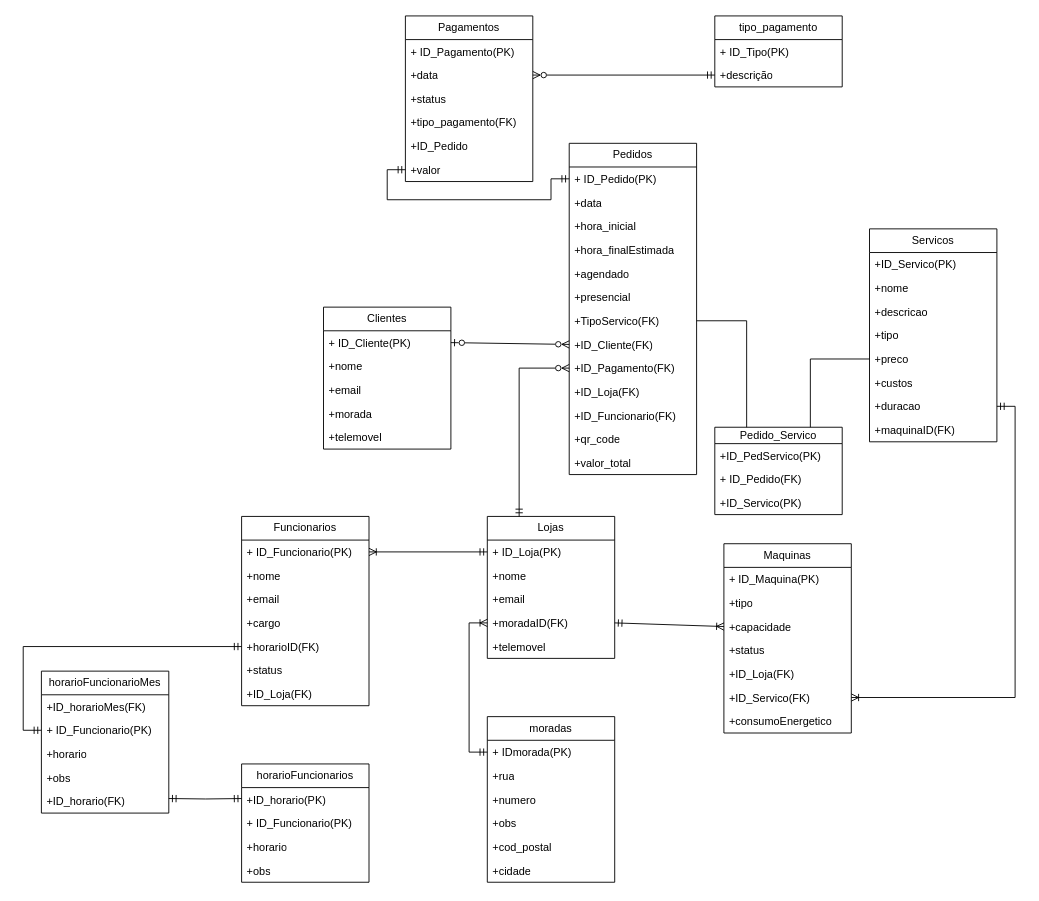
Above: Diagrama sem nome.drawio in RuiSilva365/test1 (draw.io), before the change. Source tidied: cells renumbered, new cells numbered last; positions are measured from the earlier drawing's top-left corner, leaving out a move shared by most shapes. Both pictures are drawn from the tidied source at 91%, with x=0, y=0 at pixel (41, 15).
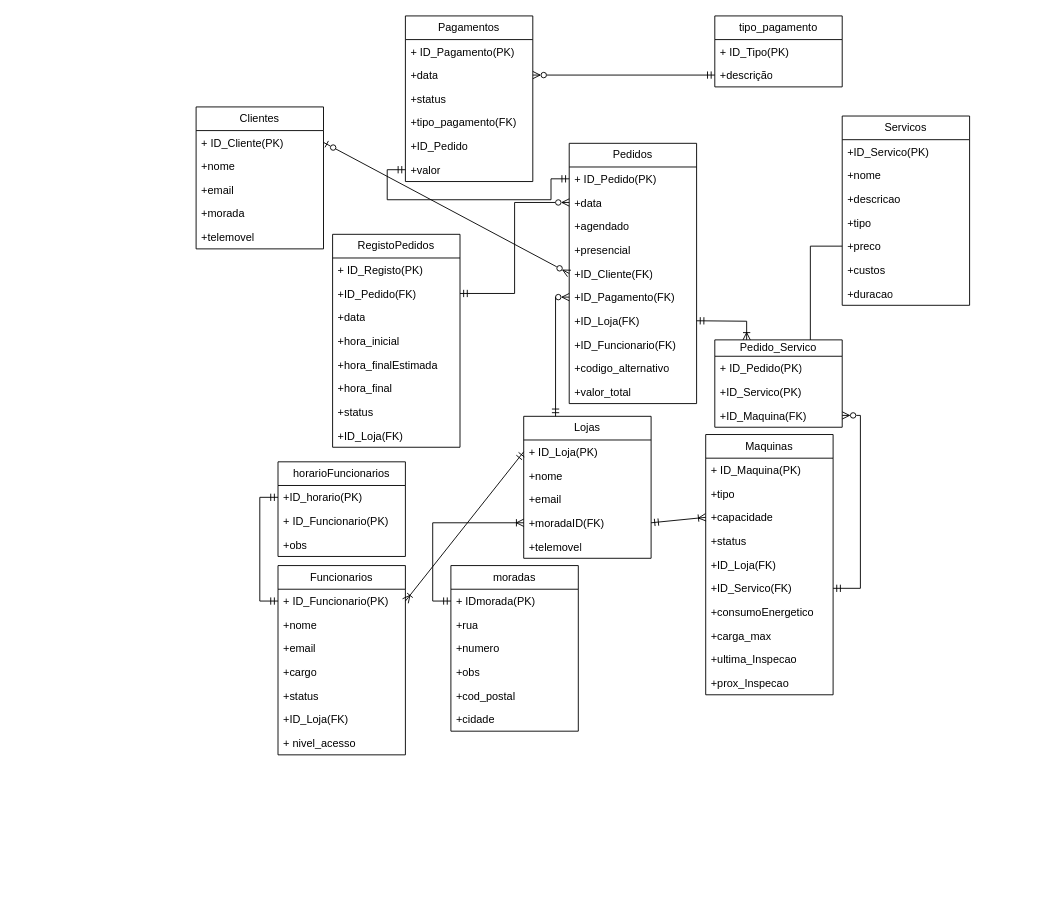
The same page after the edit.

The change refers to these unchanged cells:
```xml
<mxCell id="10" value="+data" style="text;strokeColor=none;fillColor=none;align=left;verticalAlign=top;spacingLeft=4;spacingRight=4;overflow=hidden;points=[[0,0.5],[1,0.5]];portConstraint=eastwest;whiteSpace=wrap;html=1;" parent="8" vertex="1">
  <mxGeometry y="52" width="140" height="26" as="geometry" />
</mxCell>
<mxCell id="29" value="+duracao" style="text;strokeColor=none;fillColor=none;align=left;verticalAlign=top;spacingLeft=4;spacingRight=4;overflow=hidden;points=[[0,0.5],[1,0.5]];portConstraint=eastwest;whiteSpace=wrap;html=1;" parent="22" vertex="1">
  <mxGeometry y="182" width="140" height="26" as="geometry" />
</mxCell>
<mxCell id="37" value="+ID_Servico(FK)" style="text;strokeColor=none;fillColor=none;align=left;verticalAlign=top;spacingLeft=4;spacingRight=4;overflow=hidden;points=[[0,0.5],[1,0.5]];portConstraint=eastwest;whiteSpace=wrap;html=1;" parent="31" vertex="1">
  <mxGeometry y="156" width="140" height="26" as="geometry" />
</mxCell>
<mxCell id="40" value="+ ID_Funcionario(PK)" style="text;strokeColor=none;fillColor=none;align=left;verticalAlign=top;spacingLeft=4;spacingRight=4;overflow=hidden;points=[[0,0.5],[1,0.5]];portConstraint=eastwest;whiteSpace=wrap;html=1;" parent="39" vertex="1">
  <mxGeometry y="26" width="140" height="26" as="geometry" />
</mxCell>
<mxCell id="92" value="+ID_horario(PK)" style="text;strokeColor=none;fillColor=none;align=left;verticalAlign=top;spacingLeft=4;spacingRight=4;overflow=hidden;points=[[0,0.5],[1,0.5]];portConstraint=eastwest;whiteSpace=wrap;html=1;" parent="91" vertex="1">
  <mxGeometry y="26" width="140" height="26" as="geometry" />
</mxCell>
```

Diff of the diagram source:
```diff
@@
     <mxCell id="2" value="Clientes" style="swimlane;fontStyle=0;horizontal=1;startSize=26;fillColor=none;whiteSpace=wrap;html=1;" parent="1" vertex="1">
-      <mxGeometry x="310" y="320" width="140" height="156" as="geometry" />
+      <mxGeometry x="170" y="100" width="140" height="156" as="geometry" />
     </mxCell>
@@
     <mxCell id="8" value="Pedidos" style="swimlane;fontStyle=0;horizontal=1;startSize=26;fillColor=none;whiteSpace=wrap;html=1;" parent="1" vertex="1">
-      <mxGeometry x="580" y="140" width="140" height="364" as="geometry" />
+      <mxGeometry x="580" y="140" width="140" height="286" as="geometry" />
     </mxCell>
@@
-    <mxCell id="11" value="+hora_inicial" style="text;strokeColor=none;fillColor=none;align=left;verticalAlign=top;spacingLeft=4;spacingRight=4;overflow=hidden;whiteSpace=wrap;html=1;" parent="8" vertex="1">
-      <mxGeometry y="78" width="140" height="26" as="geometry" />
-    </mxCell>
-    <mxCell id="12" value="+hora_finalEstimada" style="text;strokeColor=none;fillColor=none;align=left;verticalAlign=top;spacingLeft=4;spacingRight=4;overflow=hidden;whiteSpace=wrap;html=1;" parent="8" vertex="1">
-      <mxGeometry y="104" width="140" height="26" as="geometry" />
-    </mxCell>
     <mxCell id="13" value="+agendado" style="text;strokeColor=none;fillColor=none;align=left;verticalAlign=top;spacingLeft=4;spacingRight=4;overflow=hidden;whiteSpace=wrap;html=1;" parent="8" vertex="1">
-      <mxGeometry y="130" width="140" height="26" as="geometry" />
+      <mxGeometry y="78" width="140" height="26" as="geometry" />
     </mxCell>
     <mxCell id="14" value="+presencial" style="text;strokeColor=none;fillColor=none;align=left;verticalAlign=top;spacingLeft=4;spacingRight=4;overflow=hidden;whiteSpace=wrap;html=1;" parent="8" vertex="1">
-      <mxGeometry y="156" width="140" height="26" as="geometry" />
+      <mxGeometry y="104" width="140" height="26" as="geometry" />
     </mxCell>
-    <mxCell id="15" value="+TipoServico(FK)" style="text;strokeColor=none;fillColor=none;align=left;verticalAlign=top;spacingLeft=4;spacingRight=4;overflow=hidden;points=[[0,0.5],[1,0.5]];portConstraint=eastwest;whiteSpace=wrap;html=1;" parent="8" vertex="1">
-      <mxGeometry y="182" width="140" height="26" as="geometry" />
-    </mxCell>
     <mxCell id="16" value="+ID_Cliente(FK)" style="text;strokeColor=none;fillColor=none;align=left;verticalAlign=top;spacingLeft=4;spacingRight=4;overflow=hidden;points=[[0,0.5],[1,0.5]];portConstraint=eastwest;whiteSpace=wrap;html=1;" parent="8" vertex="1">
-      <mxGeometry y="208" width="140" height="26" as="geometry" />
+      <mxGeometry y="130" width="140" height="26" as="geometry" />
     </mxCell>
     <mxCell id="17" value="+ID_Pagamento(FK)" style="text;strokeColor=none;fillColor=none;align=left;verticalAlign=top;spacingLeft=4;spacingRight=4;overflow=hidden;points=[[0,0.5],[1,0.5]];portConstraint=eastwest;whiteSpace=wrap;html=1;" parent="8" vertex="1">
-      <mxGeometry y="234" width="140" height="26" as="geometry" />
+      <mxGeometry y="156" width="140" height="26" as="geometry" />
     </mxCell>
     <mxCell id="18" value="+ID_Loja(FK)" style="text;strokeColor=none;fillColor=none;align=left;verticalAlign=top;spacingLeft=4;spacingRight=4;overflow=hidden;whiteSpace=wrap;html=1;" parent="8" vertex="1">
-      <mxGeometry y="260" width="140" height="26" as="geometry" />
+      <mxGeometry y="182" width="140" height="26" as="geometry" />
     </mxCell>
     <mxCell id="19" value="+ID_Funcionario(FK)" style="text;strokeColor=none;fillColor=none;align=left;verticalAlign=top;spacingLeft=4;spacingRight=4;overflow=hidden;whiteSpace=wrap;html=1;" parent="8" vertex="1">
-      <mxGeometry y="286" width="140" height="26" as="geometry" />
+      <mxGeometry y="208" width="140" height="26" as="geometry" />
     </mxCell>
-    <mxCell id="20" value="+qr_code" style="text;strokeColor=none;fillColor=none;align=left;verticalAlign=top;spacingLeft=4;spacingRight=4;overflow=hidden;whiteSpace=wrap;html=1;" parent="8" vertex="1">
-      <mxGeometry y="312" width="140" height="26" as="geometry" />
-    </mxCell>
+    <mxCell id="97" value="+codigo_alternativo" style="text;strokeColor=none;fillColor=none;align=left;verticalAlign=top;spacingLeft=4;spacingRight=4;overflow=hidden;whiteSpace=wrap;html=1;" parent="8" vertex="1">
+      <mxGeometry y="234" width="140" height="26" as="geometry" />
+    </mxCell>
     <mxCell id="21" value="+valor_total" style="text;strokeColor=none;fillColor=none;align=left;verticalAlign=top;spacingLeft=4;spacingRight=4;overflow=hidden;whiteSpace=wrap;html=1;" parent="8" vertex="1">
-      <mxGeometry y="338" width="140" height="26" as="geometry" />
+      <mxGeometry y="260" width="140" height="26" as="geometry" />
     </mxCell>
     <mxCell id="22" value="Servicos" style="swimlane;fontStyle=0;horizontal=1;startSize=26;fillColor=none;whiteSpace=wrap;html=1;" parent="1" vertex="1">
-      <mxGeometry x="910" y="234" width="140" height="234" as="geometry" />
+      <mxGeometry x="880" y="110" width="140" height="208" as="geometry" />
     </mxCell>
@@
-    <mxCell id="30" value="+maquinaID(FK)" style="text;strokeColor=none;fillColor=none;align=left;verticalAlign=top;spacingLeft=4;spacingRight=4;overflow=hidden;whiteSpace=wrap;html=1;" parent="22" vertex="1">
-      <mxGeometry y="208" width="140" height="26" as="geometry" />
-    </mxCell>
     <mxCell id="31" value="Maquinas" style="swimlane;fontStyle=0;horizontal=1;startSize=26;fillColor=none;whiteSpace=wrap;html=1;" parent="1" vertex="1">
-      <mxGeometry x="750" y="580" width="140" height="208" as="geometry" />
+      <mxGeometry x="730" y="460" width="140" height="286" as="geometry" />
     </mxCell>
@@
+    <mxCell id="98" value="+carga_max" style="text;strokeColor=none;fillColor=none;align=left;verticalAlign=top;spacingLeft=4;spacingRight=4;overflow=hidden;whiteSpace=wrap;html=1;" parent="31" vertex="1">
+      <mxGeometry y="208" width="140" height="26" as="geometry" />
+    </mxCell>
+    <mxCell id="99" value="+ultima_Inspecao" style="text;strokeColor=none;fillColor=none;align=left;verticalAlign=top;spacingLeft=4;spacingRight=4;overflow=hidden;whiteSpace=wrap;html=1;" parent="31" vertex="1">
+      <mxGeometry y="234" width="140" height="26" as="geometry" />
+    </mxCell>
+    <mxCell id="100" value="+prox_Inspecao" style="text;strokeColor=none;fillColor=none;align=left;verticalAlign=top;spacingLeft=4;spacingRight=4;overflow=hidden;whiteSpace=wrap;html=1;" parent="31" vertex="1">
+      <mxGeometry y="260" width="140" height="26" as="geometry" />
+    </mxCell>
     <mxCell id="39" value="Funcionarios" style="swimlane;fontStyle=0;horizontal=1;startSize=26;fillColor=none;whiteSpace=wrap;html=1;" parent="1" vertex="1">
-      <mxGeometry x="220" y="550" width="140" height="208" as="geometry" />
+      <mxGeometry x="260" y="604" width="140" height="208" as="geometry" />
     </mxCell>
@@
-    <mxCell id="44" value="+horarioID(FK)" style="text;strokeColor=none;fillColor=none;align=left;verticalAlign=top;spacingLeft=4;spacingRight=4;overflow=hidden;points=[[0,0.5],[1,0.5]];portConstraint=eastwest;whiteSpace=wrap;html=1;" parent="39" vertex="1">
-      <mxGeometry y="130" width="140" height="26" as="geometry" />
-    </mxCell>
     <mxCell id="45" value="+status" style="text;strokeColor=none;fillColor=none;align=left;verticalAlign=top;spacingLeft=4;spacingRight=4;overflow=hidden;whiteSpace=wrap;html=1;" parent="39" vertex="1">
-      <mxGeometry y="156" width="140" height="26" as="geometry" />
+      <mxGeometry y="130" width="140" height="26" as="geometry" />
     </mxCell>
     <mxCell id="46" value="+ID_Loja(FK)" style="text;strokeColor=none;fillColor=none;align=left;verticalAlign=top;spacingLeft=4;spacingRight=4;overflow=hidden;whiteSpace=wrap;html=1;" parent="39" vertex="1">
-      <mxGeometry y="182" width="140" height="26" as="geometry" />
+      <mxGeometry y="156" width="140" height="26" as="geometry" />
     </mxCell>
+    <mxCell id="101" value="+ nivel_acesso" style="text;strokeColor=none;fillColor=none;align=left;verticalAlign=top;spacingLeft=4;spacingRight=4;overflow=hidden;whiteSpace=wrap;html=1;" parent="39" vertex="1">
+      <mxGeometry y="182" width="140" height="26" as="geometry" />
+    </mxCell>
     <mxCell id="47" value="Lojas" style="swimlane;fontStyle=0;horizontal=1;startSize=26;fillColor=none;whiteSpace=wrap;html=1;" parent="1" vertex="1">
-      <mxGeometry x="490" y="550" width="140" height="156" as="geometry" />
+      <mxGeometry x="530" y="440" width="140" height="156" as="geometry" />
     </mxCell>
@@
     <mxCell id="54" value="Pedido_Servico" style="swimlane;fontStyle=0;horizontal=1;startSize=18;fillColor=none;whiteSpace=wrap;html=1;" parent="1" vertex="1">
-      <mxGeometry x="740" y="452" width="140" height="96" as="geometry" />
+      <mxGeometry x="740" y="356" width="140" height="96" as="geometry" />
     </mxCell>
-    <mxCell id="55" value="+ID_PedServico(PK)" style="text;strokeColor=none;fillColor=none;align=left;verticalAlign=top;spacingLeft=4;spacingRight=4;overflow=hidden;whiteSpace=wrap;html=1;" parent="54" vertex="1">
-      <mxGeometry y="18" width="140" height="26" as="geometry" />
-    </mxCell>
-    <mxCell id="56" value="+ ID_Pedido(FK)" style="text;strokeColor=none;fillColor=none;align=left;verticalAlign=top;spacingLeft=4;spacingRight=4;overflow=hidden;whiteSpace=wrap;html=1;" parent="54" vertex="1">
-      <mxGeometry y="44" width="140" height="26" as="geometry" />
+    <mxCell id="56" value="+ ID_Pedido(PK)" style="text;strokeColor=none;fillColor=none;align=left;verticalAlign=top;spacingLeft=4;spacingRight=4;overflow=hidden;whiteSpace=wrap;html=1;" parent="54" vertex="1">
+      <mxGeometry y="18" width="140" height="26" as="geometry" />
     </mxCell>
     <mxCell id="57" value="+ID_Servico(PK)" style="text;strokeColor=none;fillColor=none;align=left;verticalAlign=top;spacingLeft=4;spacingRight=4;overflow=hidden;whiteSpace=wrap;html=1;" parent="54" vertex="1">
-      <mxGeometry y="70" width="140" height="26" as="geometry" />
+      <mxGeometry y="44" width="140" height="26" as="geometry" />
     </mxCell>
+    <mxCell id="102" value="+ID_Maquina(FK)" style="text;strokeColor=none;fillColor=none;align=left;verticalAlign=top;spacingLeft=4;spacingRight=4;overflow=hidden;points=[[0,0.5],[1,0.5]];portConstraint=eastwest;whiteSpace=wrap;html=1;" parent="54" vertex="1">
+      <mxGeometry y="70" width="140" height="26" as="geometry" />
+    </mxCell>
@@
-    <mxCell id="59" style="edgeStyle=orthogonalEdgeStyle;rounded=0;jettySize=auto;html=1;exitX=1;exitY=0.5;exitDx=0;exitDy=0;entryX=0.25;entryY=0;entryDx=0;entryDy=0;endArrow=none;endFill=0;" parent="1" edge="1" source="15" target="54">
-      <mxGeometry relative="1" as="geometry" />
+    <mxCell id="59" style="edgeStyle=orthogonalEdgeStyle;rounded=0;jettySize=auto;html=1;exitX=1;exitY=0.5;exitDx=0;exitDy=0;entryX=0.25;entryY=0;entryDx=0;entryDy=0;endArrow=ERoneToMany;endFill=0;startArrow=ERmandOne;startFill=0;" parent="1" edge="1" target="54">
+      <mxGeometry relative="1" as="geometry">
+        <mxPoint x="720" y="335" as="sourcePoint" />
+      </mxGeometry>
     </mxCell>
     <mxCell id="60" style="edgeStyle=orthogonalEdgeStyle;rounded=0;jettySize=auto;html=1;exitX=0;exitY=0.5;exitDx=0;exitDy=0;entryX=0.25;entryY=0;entryDx=0;entryDy=0;endArrow=ERmandOne;endFill=0;startArrow=ERzeroToMany;startFill=0;" parent="1" edge="1" source="17" target="47">
-      <mxGeometry relative="1" as="geometry" />
+      <mxGeometry relative="1" as="geometry">
+        <Array as="points">
+          <mxPoint x="565" y="309" />
+        </Array>
+      </mxGeometry>
     </mxCell>
@@
     <mxCell id="76" value="moradas" style="swimlane;fontStyle=0;horizontal=1;startSize=26;fillColor=none;whiteSpace=wrap;html=1;" parent="1" vertex="1">
-      <mxGeometry x="490" y="770" width="140" height="182" as="geometry" />
+      <mxGeometry x="450" y="604" width="140" height="182" as="geometry" />
     </mxCell>
@@
-    <mxCell id="83" value="horarioFuncionarioMes" style="swimlane;fontStyle=0;horizontal=1;startSize=26;fillColor=none;whiteSpace=wrap;html=1;" parent="1" vertex="1">
-      <mxGeometry y="720" width="140" height="156" as="geometry" />
-    </mxCell>
-    <mxCell id="84" value="+ID_horarioMes(FK)" style="text;strokeColor=none;fillColor=none;align=left;verticalAlign=top;spacingLeft=4;spacingRight=4;overflow=hidden;whiteSpace=wrap;html=1;" parent="83" vertex="1">
-      <mxGeometry y="26" width="140" height="26" as="geometry" />
-    </mxCell>
-    <mxCell id="85" value="+ ID_Funcionario(PK)" style="text;strokeColor=none;fillColor=none;align=left;verticalAlign=top;spacingLeft=4;spacingRight=4;overflow=hidden;points=[[0,0.5],[1,0.5]];portConstraint=eastwest;whiteSpace=wrap;html=1;" parent="83" vertex="1">
-      <mxGeometry y="52" width="140" height="26" as="geometry" />
-    </mxCell>
-    <mxCell id="86" value="+horario" style="text;strokeColor=none;fillColor=none;align=left;verticalAlign=top;spacingLeft=4;spacingRight=4;overflow=hidden;whiteSpace=wrap;html=1;" parent="83" vertex="1">
-      <mxGeometry y="78" width="140" height="26" as="geometry" />
-    </mxCell>
-    <mxCell id="87" value="+obs" style="text;strokeColor=none;fillColor=none;align=left;verticalAlign=top;spacingLeft=4;spacingRight=4;overflow=hidden;whiteSpace=wrap;html=1;" parent="83" vertex="1">
-      <mxGeometry y="104" width="140" height="26" as="geometry" />
-    </mxCell>
-    <mxCell id="88" value="+ID_horario(FK)" style="text;strokeColor=none;fillColor=none;align=left;verticalAlign=top;spacingLeft=4;spacingRight=4;overflow=hidden;whiteSpace=wrap;html=1;" parent="83" vertex="1">
-      <mxGeometry y="130" width="140" height="26" as="geometry" />
-    </mxCell>
-    <mxCell id="89" style="edgeStyle=orthogonalEdgeStyle;rounded=0;jettySize=auto;html=1;exitX=0;exitY=0.5;exitDx=0;exitDy=0;entryX=0;entryY=0.5;entryDx=0;entryDy=0;startArrow=ERmandOne;startFill=0;endArrow=ERmandOne;endFill=0;" parent="1" edge="1" source="44" target="85">
+    <mxCell id="89" style="edgeStyle=orthogonalEdgeStyle;rounded=0;jettySize=auto;html=1;exitX=0;exitY=0.5;exitDx=0;exitDy=0;entryX=0;entryY=0.5;entryDx=0;entryDy=0;startArrow=ERmandOne;startFill=0;endArrow=ERmandOne;endFill=0;" parent="1" edge="1" source="40" target="92">
       <mxGeometry relative="1" as="geometry" />
     </mxCell>
-    <mxCell id="90" style="edgeStyle=orthogonalEdgeStyle;rounded=0;jettySize=auto;html=1;entryX=0;entryY=0.462;entryDx=0;entryDy=0;entryPerimeter=0;startArrow=ERmandOne;startFill=0;endArrow=ERmandOne;endFill=0;" parent="1" edge="1" target="92">
-      <mxGeometry relative="1" as="geometry">
-        <mxPoint x="140" y="860" as="sourcePoint" />
-      </mxGeometry>
-    </mxCell>
     <mxCell id="91" value="horarioFuncionarios" style="swimlane;fontStyle=0;horizontal=1;startSize=26;fillColor=none;whiteSpace=wrap;html=1;" parent="1" vertex="1">
-      <mxGeometry x="220" y="822" width="140" height="130" as="geometry" />
+      <mxGeometry x="260" y="490" width="140" height="104" as="geometry" />
     </mxCell>
@@
-    <mxCell id="94" value="+horario" style="text;strokeColor=none;fillColor=none;align=left;verticalAlign=top;spacingLeft=4;spacingRight=4;overflow=hidden;whiteSpace=wrap;html=1;" parent="91" vertex="1">
-      <mxGeometry y="78" width="140" height="26" as="geometry" />
-    </mxCell>
     <mxCell id="95" value="+obs" style="text;strokeColor=none;fillColor=none;align=left;verticalAlign=top;spacingLeft=4;spacingRight=4;overflow=hidden;whiteSpace=wrap;html=1;" parent="91" vertex="1">
-      <mxGeometry y="104" width="140" height="26" as="geometry" />
+      <mxGeometry y="78" width="140" height="26" as="geometry" />
     </mxCell>
-    <mxCell id="96" style="edgeStyle=orthogonalEdgeStyle;rounded=0;jettySize=auto;html=1;exitX=1;exitY=0.5;exitDx=0;exitDy=0;entryX=1;entryY=0.5;entryDx=0;entryDy=0;endArrow=ERmandOne;endFill=0;startArrow=ERoneToMany;startFill=0;" parent="1" edge="1" source="37" target="29">
+    <mxCell id="96" style="edgeStyle=orthogonalEdgeStyle;rounded=0;jettySize=auto;html=1;exitX=1;exitY=0.5;exitDx=0;exitDy=0;entryX=1;entryY=0.5;entryDx=0;entryDy=0;endArrow=ERzeroToMany;endFill=0;startArrow=ERmandOne;startFill=0;" parent="1" edge="1" source="37" target="102">
       <mxGeometry relative="1" as="geometry" />
     </mxCell>
+    <mxCell id="103" value="RegistoPedidos" style="swimlane;fontStyle=0;horizontal=1;startSize=26;fillColor=none;whiteSpace=wrap;html=1;" parent="1" vertex="1">
+      <mxGeometry x="320" y="240" width="140" height="234" as="geometry" />
+    </mxCell>
+    <mxCell id="104" value="+ ID_Registo(PK)" style="text;strokeColor=none;fillColor=none;align=left;verticalAlign=top;spacingLeft=4;spacingRight=4;overflow=hidden;whiteSpace=wrap;html=1;" parent="103" vertex="1">
+      <mxGeometry y="26" width="140" height="26" as="geometry" />
+    </mxCell>
+    <mxCell id="105" value="+ID_Pedido(FK)" style="text;strokeColor=none;fillColor=none;align=left;verticalAlign=top;spacingLeft=4;spacingRight=4;overflow=hidden;points=[[0,0.5],[1,0.5]];portConstraint=eastwest;whiteSpace=wrap;html=1;" parent="103" vertex="1">
+      <mxGeometry y="52" width="140" height="26" as="geometry" />
+    </mxCell>
+    <mxCell id="106" value="+data" style="text;strokeColor=none;fillColor=none;align=left;verticalAlign=top;spacingLeft=4;spacingRight=4;overflow=hidden;whiteSpace=wrap;html=1;" parent="103" vertex="1">
+      <mxGeometry y="78" width="140" height="26" as="geometry" />
+    </mxCell>
+    <mxCell id="11" value="+hora_inicial" style="text;strokeColor=none;fillColor=none;align=left;verticalAlign=top;spacingLeft=4;spacingRight=4;overflow=hidden;whiteSpace=wrap;html=1;" parent="103" vertex="1">
+      <mxGeometry y="104" width="140" height="26" as="geometry" />
+    </mxCell>
+    <mxCell id="12" value="+hora_finalEstimada" style="text;strokeColor=none;fillColor=none;align=left;verticalAlign=top;spacingLeft=4;spacingRight=4;overflow=hidden;whiteSpace=wrap;html=1;" parent="103" vertex="1">
+      <mxGeometry y="130" width="140" height="26" as="geometry" />
+    </mxCell>
+    <mxCell id="107" value="+hora_final" style="text;strokeColor=none;fillColor=none;align=left;verticalAlign=top;spacingLeft=4;spacingRight=4;overflow=hidden;whiteSpace=wrap;html=1;" parent="103" vertex="1">
+      <mxGeometry y="156" width="140" height="26" as="geometry" />
+    </mxCell>
+    <mxCell id="108" value="+status" style="text;strokeColor=none;fillColor=none;align=left;verticalAlign=top;spacingLeft=4;spacingRight=4;overflow=hidden;whiteSpace=wrap;html=1;" parent="103" vertex="1">
+      <mxGeometry y="182" width="140" height="26" as="geometry" />
+    </mxCell>
+    <mxCell id="109" value="+ID_Loja(FK)" style="text;strokeColor=none;fillColor=none;align=left;verticalAlign=top;spacingLeft=4;spacingRight=4;overflow=hidden;whiteSpace=wrap;html=1;" parent="103" vertex="1">
+      <mxGeometry y="208" width="140" height="26" as="geometry" />
+    </mxCell>
+    <mxCell id="110" style="edgeStyle=orthogonalEdgeStyle;rounded=0;jettySize=auto;html=1;exitX=1;exitY=0.5;exitDx=0;exitDy=0;entryX=0;entryY=0.5;entryDx=0;entryDy=0;endArrow=ERzeroToMany;endFill=0;startArrow=ERmandOne;startFill=0;" parent="1" edge="1" source="105" target="10">
+      <mxGeometry relative="1" as="geometry" />
+    </mxCell>
```
